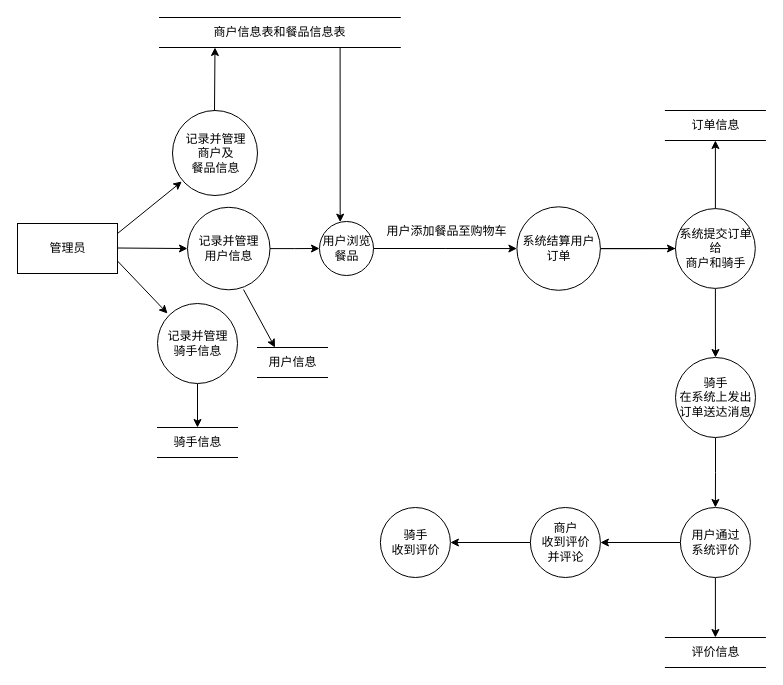
czely/czely.github.io keeps this draw.io diagram as page "管理员当前系统的逻辑模型" (2 of 3) of Untitled Diagram.drawio. Above is the earlier version. Source tidied: cells renumbered, new cells numbered last; positions are measured from the earlier drawing's top-left corner, leaving out a move shared by most shapes. Both pictures are drawn from the tidied source at 100%, with x=0, y=0 at pixel (17, 17).
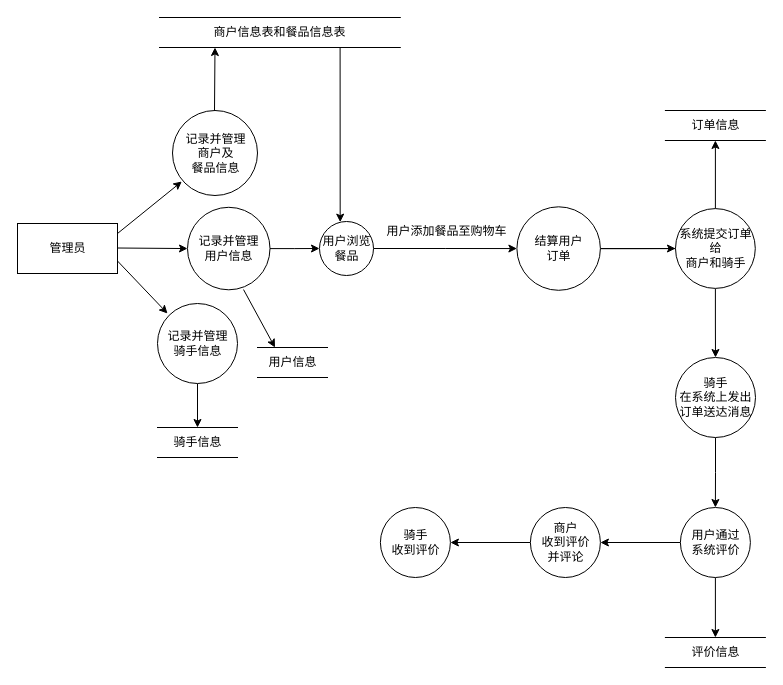
The same page after the edit.

The edit, as a diff of the source:
```diff
@@
-    <mxCell id="13" value="系统结算用户&lt;br&gt;订单" style="shape=ellipse;html=1;dashed=0;whitespace=wrap;perimeter=ellipsePerimeter;" parent="1" vertex="1">
+    <mxCell id="13" value="结算用户&lt;br&gt;订单" style="shape=ellipse;html=1;dashed=0;whitespace=wrap;perimeter=ellipsePerimeter;" parent="1" vertex="1">
       <mxGeometry x="499.4" y="189.3" width="83.5" height="83.5" as="geometry" />
     </mxCell>
```
